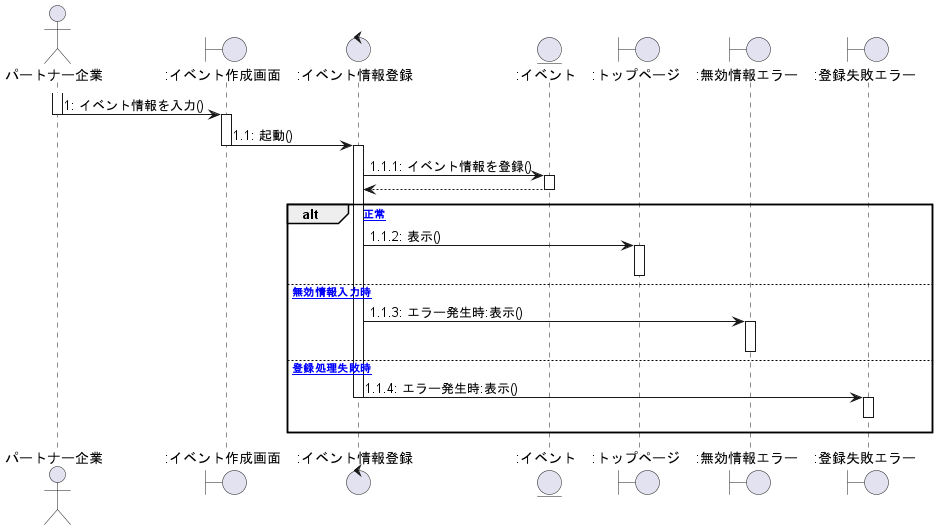
Above: out/client_sequence/イベント作成.png in ksw2270227/GroupF (PlantUML), before the change.
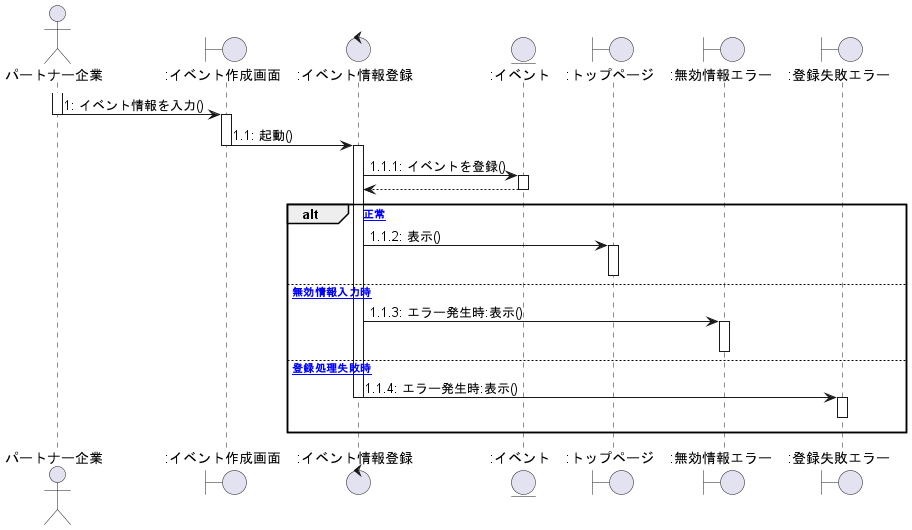
The same file after the commit.

What changed in the source:
```diff
@@ -18,7 +18,7 @@
 deactivate a
 
 activate b
-    b -> c :1.1.1: イベント情報を登録()
+    b -> c :1.1.1: イベントを登録()
 activate c
     b <-- c
 deactivate c
```
